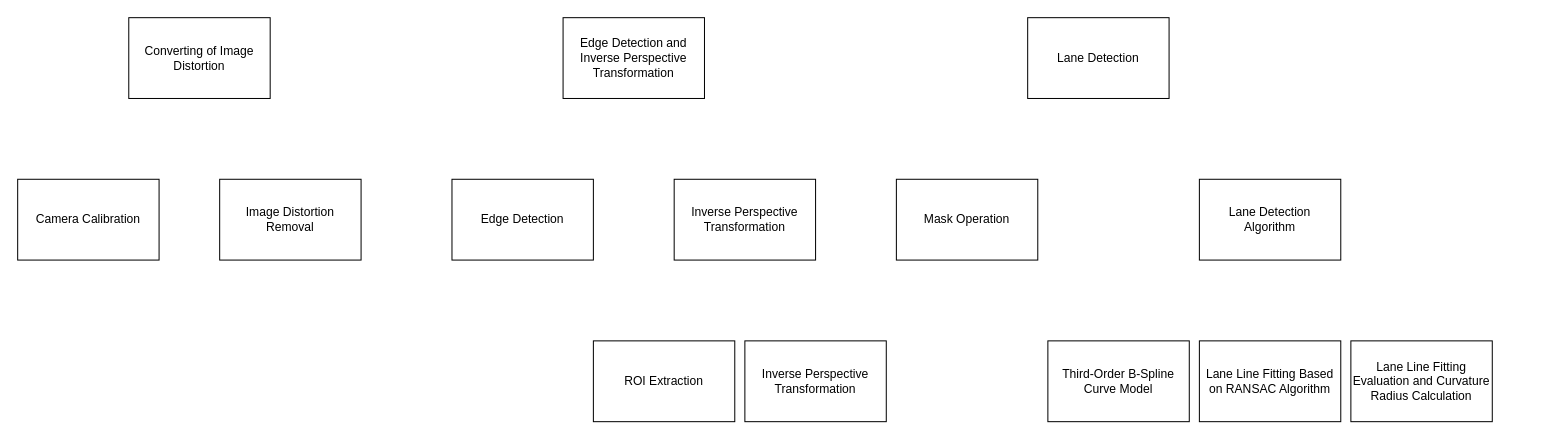
Before: B1Diagram.drawio in Dieptranivsr/drawio-github, a draw.io diagram. Source tidied: cells renumbered, new cells numbered last; positions are measured from the earlier drawing's top-left corner, leaving out a move shared by most shapes. Both pictures are drawn from the tidied source at 101%, with x=0, y=0 at pixel (17, 17).
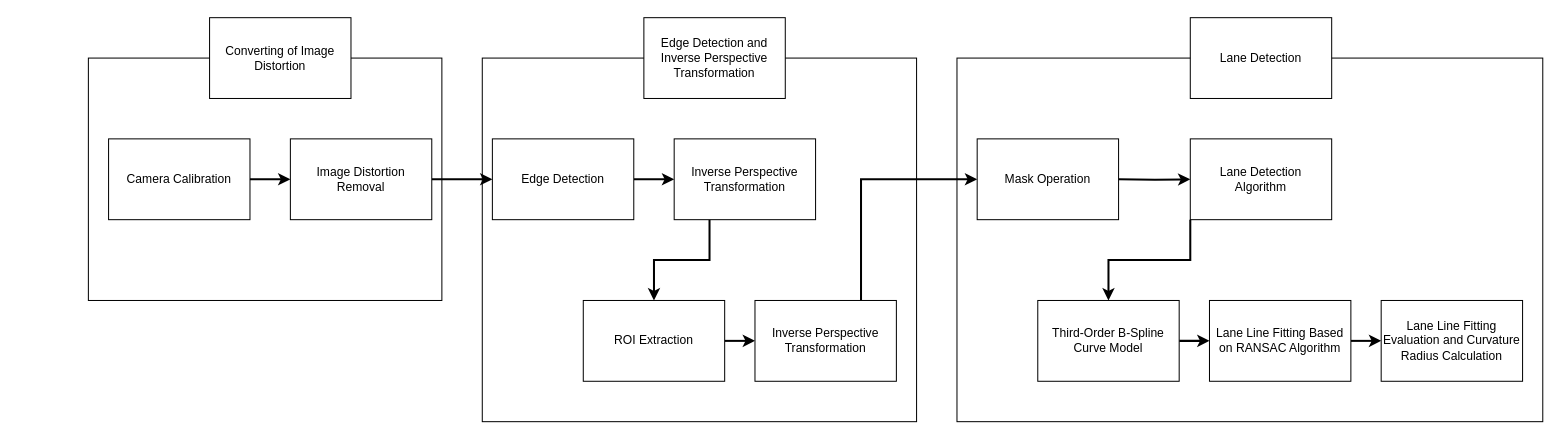
Above is the later version.

What changed in the source:
```diff
@@
+    <mxCell id="16" style="rounded=0;whiteSpace=wrap;html=1;" parent="1" vertex="1">
+      <mxGeometry x="930" y="40" width="580" height="360" as="geometry" />
+    </mxCell>
+    <mxCell id="17" style="rounded=0;whiteSpace=wrap;html=1;" parent="1" vertex="1">
+      <mxGeometry x="460" y="40" width="430" height="360" as="geometry" />
+    </mxCell>
+    <mxCell id="18" style="rounded=0;whiteSpace=wrap;html=1;" parent="1" vertex="1">
+      <mxGeometry x="70" y="40" width="350" height="240" as="geometry" />
+    </mxCell>
     <mxCell id="2" value="Converting of Image Distortion" style="rounded=0;whiteSpace=wrap;html=1;" parent="1" vertex="1">
-      <mxGeometry x="110" width="140" height="80" as="geometry" />
+      <mxGeometry x="190" width="140" height="80" as="geometry" />
     </mxCell>
     <mxCell id="3" value="Edge Detection and Inverse Perspective Transformation" style="rounded=0;whiteSpace=wrap;html=1;" parent="1" vertex="1">
-      <mxGeometry x="540" width="140" height="80" as="geometry" />
+      <mxGeometry x="620" width="140" height="80" as="geometry" />
     </mxCell>
     <mxCell id="4" value="Lane Detection" style="rounded=0;whiteSpace=wrap;html=1;" parent="1" vertex="1">
-      <mxGeometry x="1000" width="140" height="80" as="geometry" />
+      <mxGeometry x="1161" width="140" height="80" as="geometry" />
     </mxCell>
     <mxCell id="5" value="Camera Calibration" style="rounded=0;whiteSpace=wrap;html=1;" parent="1" vertex="1">
-      <mxGeometry y="160" width="140" height="80" as="geometry" />
+      <mxGeometry x="90" y="120" width="140" height="80" as="geometry" />
     </mxCell>
+    <mxCell id="19" style="edgeStyle=orthogonalEdgeStyle;rounded=0;jettySize=auto;html=1;exitX=0.25;exitY=1;exitDx=0;exitDy=0;strokeWidth=2;" parent="1" edge="1" source="6" target="10">
+      <mxGeometry relative="1" as="geometry" />
+    </mxCell>
     <mxCell id="6" value="Inverse Perspective Transformation" style="rounded=0;whiteSpace=wrap;html=1;" parent="1" vertex="1">
-      <mxGeometry x="650" y="160" width="140" height="80" as="geometry" />
+      <mxGeometry x="650" y="120" width="140" height="80" as="geometry" />
     </mxCell>
+    <mxCell id="20" style="edgeStyle=orthogonalEdgeStyle;rounded=0;jettySize=auto;html=1;exitX=1;exitY=0.5;exitDx=0;exitDy=0;entryX=0;entryY=0.5;entryDx=0;entryDy=0;strokeWidth=2;" parent="1" edge="1" source="7" target="6">
+      <mxGeometry relative="1" as="geometry" />
+    </mxCell>
     <mxCell id="7" value="Edge Detection" style="rounded=0;whiteSpace=wrap;html=1;" parent="1" vertex="1">
-      <mxGeometry x="430" y="160" width="140" height="80" as="geometry" />
+      <mxGeometry x="470" y="120" width="140" height="80" as="geometry" />
     </mxCell>
+    <mxCell id="21" style="edgeStyle=orthogonalEdgeStyle;rounded=0;jettySize=auto;html=1;exitX=1;exitY=0.5;exitDx=0;exitDy=0;entryX=0;entryY=0.5;entryDx=0;entryDy=0;strokeWidth=2;" parent="1" edge="1" source="8" target="7">
+      <mxGeometry relative="1" as="geometry" />
+    </mxCell>
     <mxCell id="8" value="Image Distortion Removal" style="rounded=0;whiteSpace=wrap;html=1;" parent="1" vertex="1">
-      <mxGeometry x="200" y="160" width="140" height="80" as="geometry" />
+      <mxGeometry x="270" y="120" width="140" height="80" as="geometry" />
     </mxCell>
+    <mxCell id="22" style="edgeStyle=orthogonalEdgeStyle;rounded=0;jettySize=auto;html=1;entryX=0;entryY=0.5;entryDx=0;entryDy=0;strokeWidth=2;" parent="1" edge="1" target="12">
+      <mxGeometry relative="1" as="geometry">
+        <mxPoint x="1090" y="160" as="sourcePoint" />
+      </mxGeometry>
+    </mxCell>
     <mxCell id="9" value="Mask Operation" style="rounded=0;whiteSpace=wrap;html=1;" parent="1" vertex="1">
-      <mxGeometry x="870" y="160" width="140" height="80" as="geometry" />
+      <mxGeometry x="950" y="120" width="140" height="80" as="geometry" />
     </mxCell>
+    <mxCell id="23" style="edgeStyle=orthogonalEdgeStyle;rounded=0;jettySize=auto;html=1;exitX=1;exitY=0.5;exitDx=0;exitDy=0;entryX=0;entryY=0.5;entryDx=0;entryDy=0;strokeWidth=2;" parent="1" edge="1" source="10" target="11">
+      <mxGeometry relative="1" as="geometry" />
+    </mxCell>
     <mxCell id="10" value="ROI Extraction" style="rounded=0;whiteSpace=wrap;html=1;" parent="1" vertex="1">
-      <mxGeometry x="570" y="320" width="140" height="80" as="geometry" />
+      <mxGeometry x="560" y="280" width="140" height="80" as="geometry" />
     </mxCell>
+    <mxCell id="24" style="edgeStyle=orthogonalEdgeStyle;rounded=0;jettySize=auto;html=1;exitX=0.75;exitY=0;exitDx=0;exitDy=0;entryX=0;entryY=0.5;entryDx=0;entryDy=0;strokeWidth=2;" parent="1" edge="1" source="11" target="9">
+      <mxGeometry relative="1" as="geometry" />
+    </mxCell>
     <mxCell id="11" value="Inverse Perspective Transformation" style="rounded=0;whiteSpace=wrap;html=1;" parent="1" vertex="1">
-      <mxGeometry x="720" y="320" width="140" height="80" as="geometry" />
+      <mxGeometry x="730" y="280" width="140" height="80" as="geometry" />
     </mxCell>
+    <mxCell id="25" style="edgeStyle=orthogonalEdgeStyle;rounded=0;jettySize=auto;html=1;exitX=0;exitY=1;exitDx=0;exitDy=0;entryX=0.5;entryY=0;entryDx=0;entryDy=0;strokeWidth=2;" parent="1" edge="1" source="12" target="13">
+      <mxGeometry relative="1" as="geometry" />
+    </mxCell>
     <mxCell id="12" value="&lt;span style=&quot;text-align: left&quot;&gt;Lane Detection &lt;br&gt;Algorithm&lt;/span&gt;" style="rounded=0;whiteSpace=wrap;html=1;" parent="1" vertex="1">
-      <mxGeometry x="1170" y="160" width="140" height="80" as="geometry" />
+      <mxGeometry x="1161" y="120" width="140" height="80" as="geometry" />
     </mxCell>
+    <mxCell id="26" style="edgeStyle=orthogonalEdgeStyle;rounded=0;jettySize=auto;html=1;entryX=0;entryY=0.5;entryDx=0;entryDy=0;strokeWidth=2;" parent="1" edge="1" source="13" target="14">
+      <mxGeometry relative="1" as="geometry" />
+    </mxCell>
     <mxCell id="13" value="Third-Order B-Spline Curve Model" style="rounded=0;whiteSpace=wrap;html=1;" parent="1" vertex="1">
-      <mxGeometry x="1020" y="320" width="140" height="80" as="geometry" />
+      <mxGeometry x="1010" y="280" width="140" height="80" as="geometry" />
     </mxCell>
+    <mxCell id="27" style="edgeStyle=orthogonalEdgeStyle;rounded=0;jettySize=auto;html=1;exitX=1;exitY=0.5;exitDx=0;exitDy=0;entryX=0;entryY=0.5;entryDx=0;entryDy=0;strokeWidth=2;" parent="1" edge="1" source="14" target="15">
+      <mxGeometry relative="1" as="geometry" />
+    </mxCell>
     <mxCell id="14" value="&lt;span style=&quot;text-align: left&quot;&gt;Lane Line Fitting Based on RANSAC Algorithm&lt;/span&gt;" style="rounded=0;whiteSpace=wrap;html=1;" parent="1" vertex="1">
-      <mxGeometry x="1170" y="320" width="140" height="80" as="geometry" />
+      <mxGeometry x="1180" y="280" width="140" height="80" as="geometry" />
     </mxCell>
     <mxCell id="15" value="&lt;span style=&quot;text-align: left&quot;&gt;Lane Line Fitting Evaluation and Curvature Radius Calculation&lt;/span&gt;" style="rounded=0;whiteSpace=wrap;html=1;" parent="1" vertex="1">
-      <mxGeometry x="1320" y="320" width="140" height="80" as="geometry" />
+      <mxGeometry x="1350" y="280" width="140" height="80" as="geometry" />
     </mxCell>
+    <mxCell id="28" style="endArrow=classic;html=1;strokeWidth=2;entryX=0;entryY=0.5;entryDx=0;entryDy=0;" parent="1" edge="1" target="8">
+      <mxGeometry relative="1" as="geometry">
+        <mxPoint x="230" y="160" as="sourcePoint" />
+      </mxGeometry>
+    </mxCell>
```
